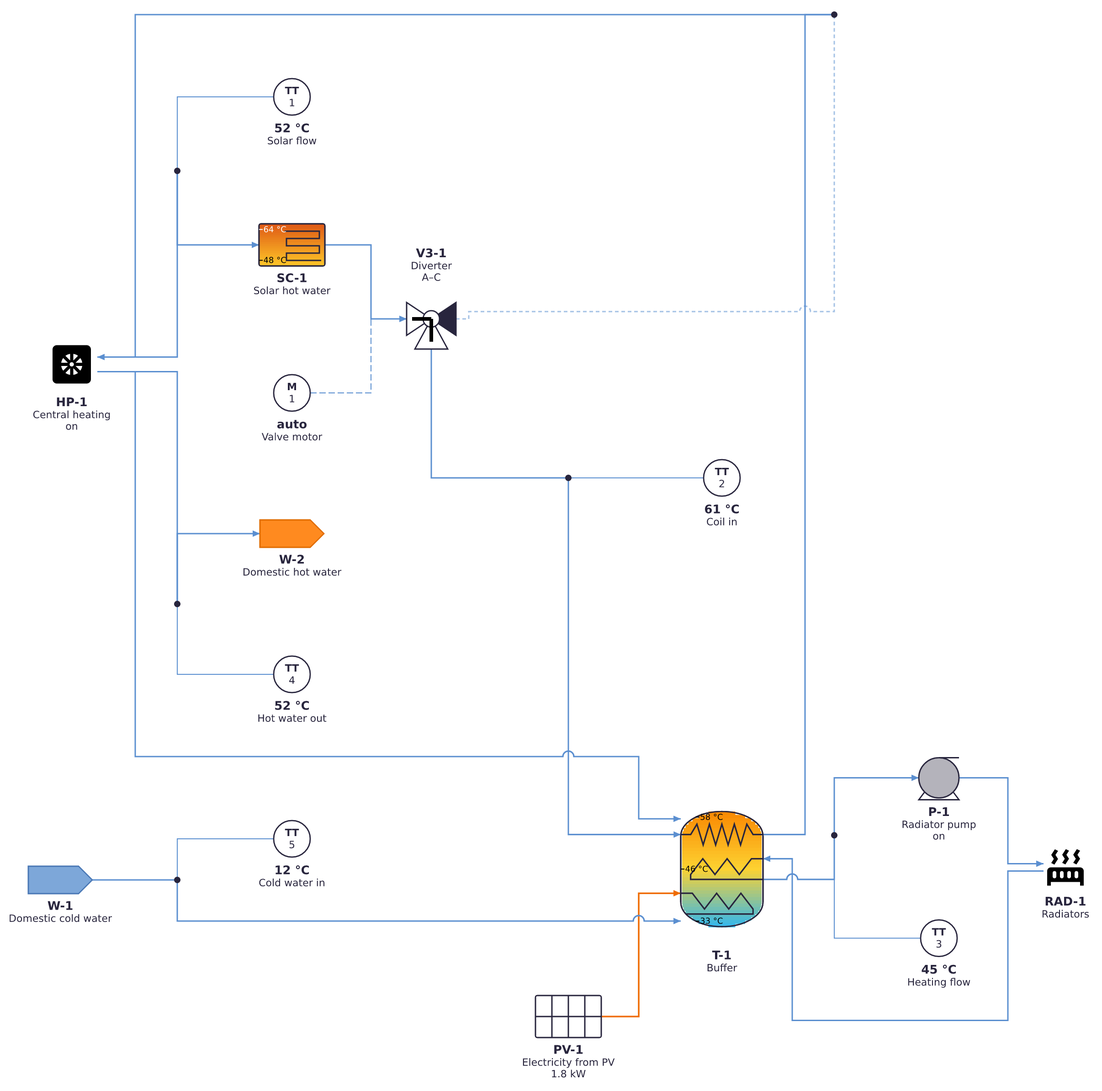
Before: docs/images/home-heating.png, a diagram exported from Mermaid (NdS-Research-Facilities/pid). Its source is kept beside it as examples/home-heating.mmd. Source of this version:
```mermaid
pid LR
  title Home heating

  HP-1: block "Central heating" = on
  icon HP-1 mdi:heat-pump 56
  SC-1: collector "Solar hot water"
  gradient SC-1 64 °C, 48 °C
  V3-1: valve3 T "Diverter" = AC
  M-1: instrument "Valve motor" = auto
  T-1: vessel "Buffer"
  coil T-1 top "Solar coil"
  coil T-1 middle "Heating coil"
  coil T-1 bottom "Electric element"
  gradient T-1 58 °C, 46 °C, 33 °C
  P-1: pump "Radiator pump" = on
  RAD-1: block "Radiators"
  icon RAD-1 mdi:radiator 48
  PV-1: pv "Electricity from PV" = 1.8 kW
  W-1: feed "Domestic cold water"
  W-2: product "Domestic hot water"
  J-1: tee
  J-2: tee
  J-3: tee
  J-4: tee
  J-5: tee
  J-6: tee

  HP-1 --> J-2 --> SC-1
  SC-1 --> V3-1.A
  V3-1.B --> J-1
  V3-1.C --> J-3 --> T-1.coil1
  T-1.coil1 --> J-1
  J-1 --> HP-1

  T-1.coil2 --> J-4 --> P-1 --> RAD-1
  RAD-1 --> T-1.coil2

  PV-1 ==> T-1.coil3

  HP-1 --> T-1
  HP-1 --> J-5 --> W-2
  W-1 --> J-6 --> T-1

  TT-1: instrument "Solar flow" = 52 °C
  TT-2: instrument "Coil in" = 61 °C
  TT-3: instrument "Heating flow" = 45 °C
  TT-4: instrument "Hot water out" = 52 °C
  TT-5: instrument "Cold water in" = 12 °C
  J-2 --- TT-1
  J-3 --- TT-2
  J-4 --- TT-3
  J-5 --- TT-4
  J-6 --- TT-5
  M-1 -.-> V3-1

  classDef blue fill:#7da7d9,stroke:#4a78b5
  classDef orange fill:#ff8a1f,stroke:#e06c00
  class W-1 blue
  class W-2 orange
  linkStyle default stroke:#5b8fd0
  linkStyle 12 stroke:#ef6c00
```
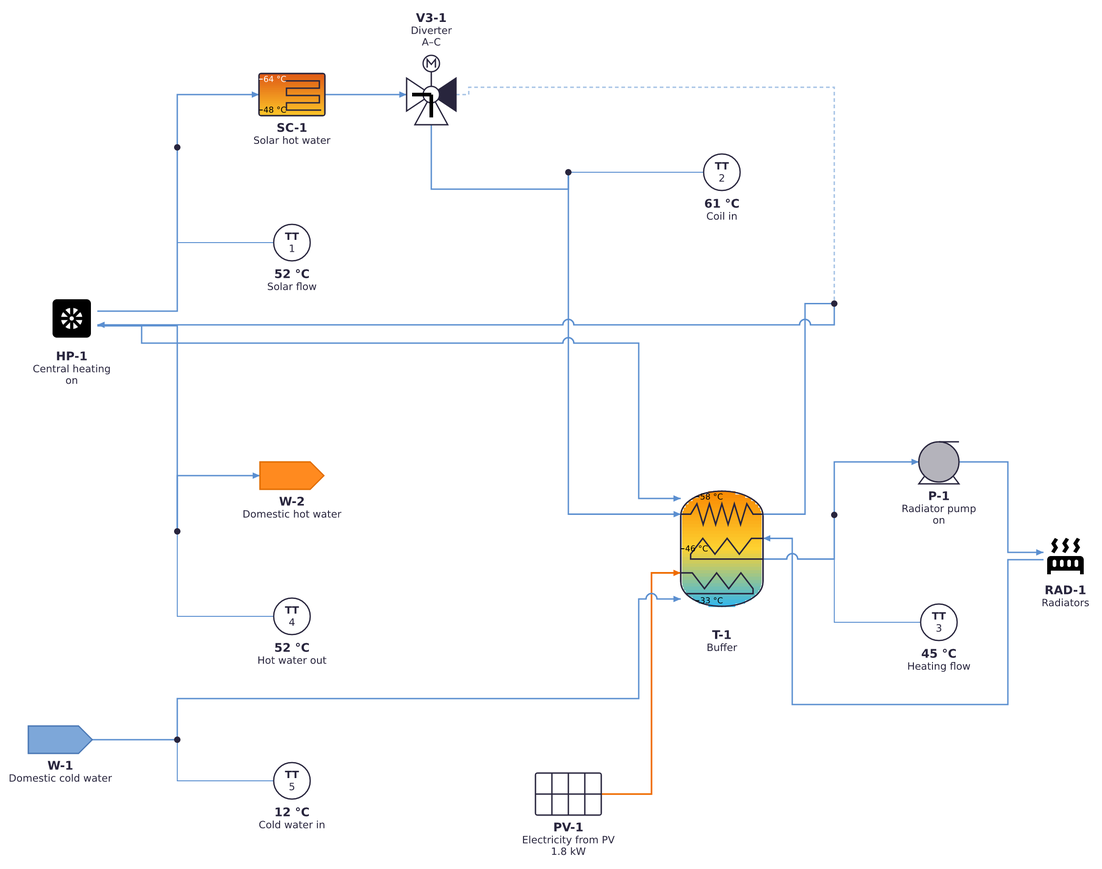
The same file after the commit.

Commit message:
Add motor and diaphragm actuators, for 2- and 3-way valves

What changed in the source:
```diff
@@ -6,7 +6,7 @@
   SC-1: collector "Solar hot water"
   gradient SC-1 64 °C, 48 °C
   V3-1: valve3 T "Diverter" = AC
-  M-1: instrument "Valve motor" = auto
+  actuator V3-1 motor
   T-1: vessel "Buffer"
   coil T-1 top "Solar coil"
   coil T-1 middle "Heating coil"
@@ -51,7 +51,6 @@
   J-4 --- TT-3
   J-5 --- TT-4
   J-6 --- TT-5
-  M-1 -.-> V3-1
 
   classDef blue fill:#7da7d9,stroke:#4a78b5
   classDef orange fill:#ff8a1f,stroke:#e06c00
```
